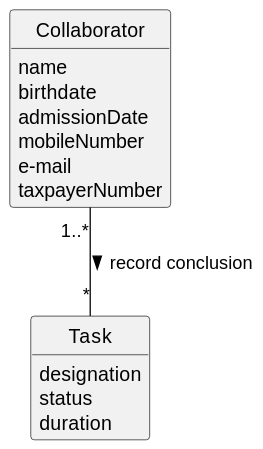
The PlantUML diagram docs/sprintC/us029/02.analysis/svg/us029-domain-model.svg in ricardomm7/leaflink, before a commit.
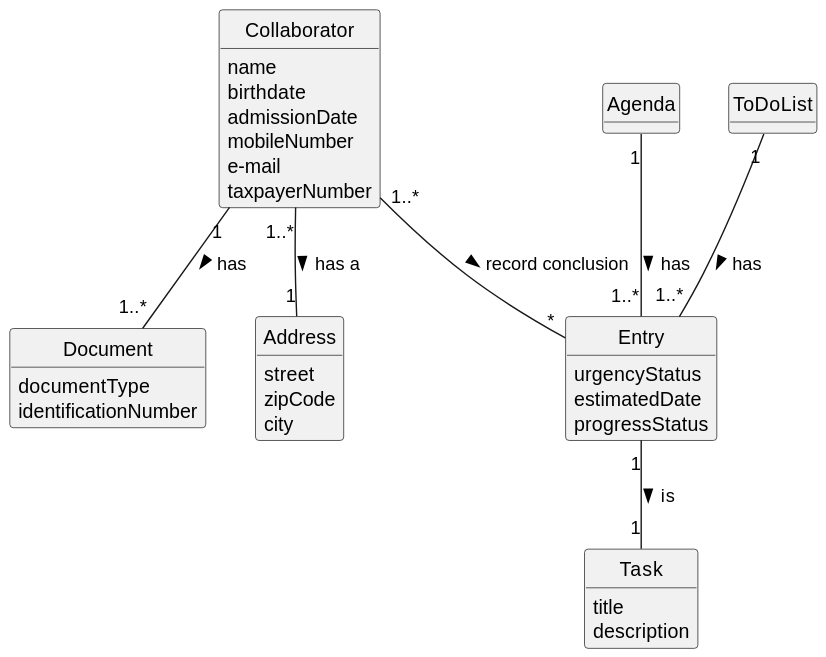
The same file after the commit.

Change to the diagram source:
```diff
@@ -19,12 +19,47 @@
     taxpayerNumber
 }
 
+class Entry {
+    urgencyStatus
+    estimatedDate
+    progressStatus
+
+}
+
+class Document{
+    documentType
+    identificationNumber
+}
+
+class Address{
+    street
+    zipCode
+    city
+}
 
 class Task {
-    designation
-    status
-    duration
+    title
+    description
+
 }
 
-Collaborator "1..*" -- "*" Task : record conclusion >
+class Agenda{
+}
+
+class ToDoList{
+}
+
+
+
+Agenda "1" -- "1..*" Entry: has >
+
+ToDoList "1" -- "1..*" Entry : has >
+
+Entry "1" -- "1" Task: is >
+
+Collaborator "1..*" -- "*" Entry : record conclusion >
+
+Collaborator "1" -- "1..*" Document : has >
+
+Collaborator "1..*" -- "1" Address : has a >
 @enduml
```
